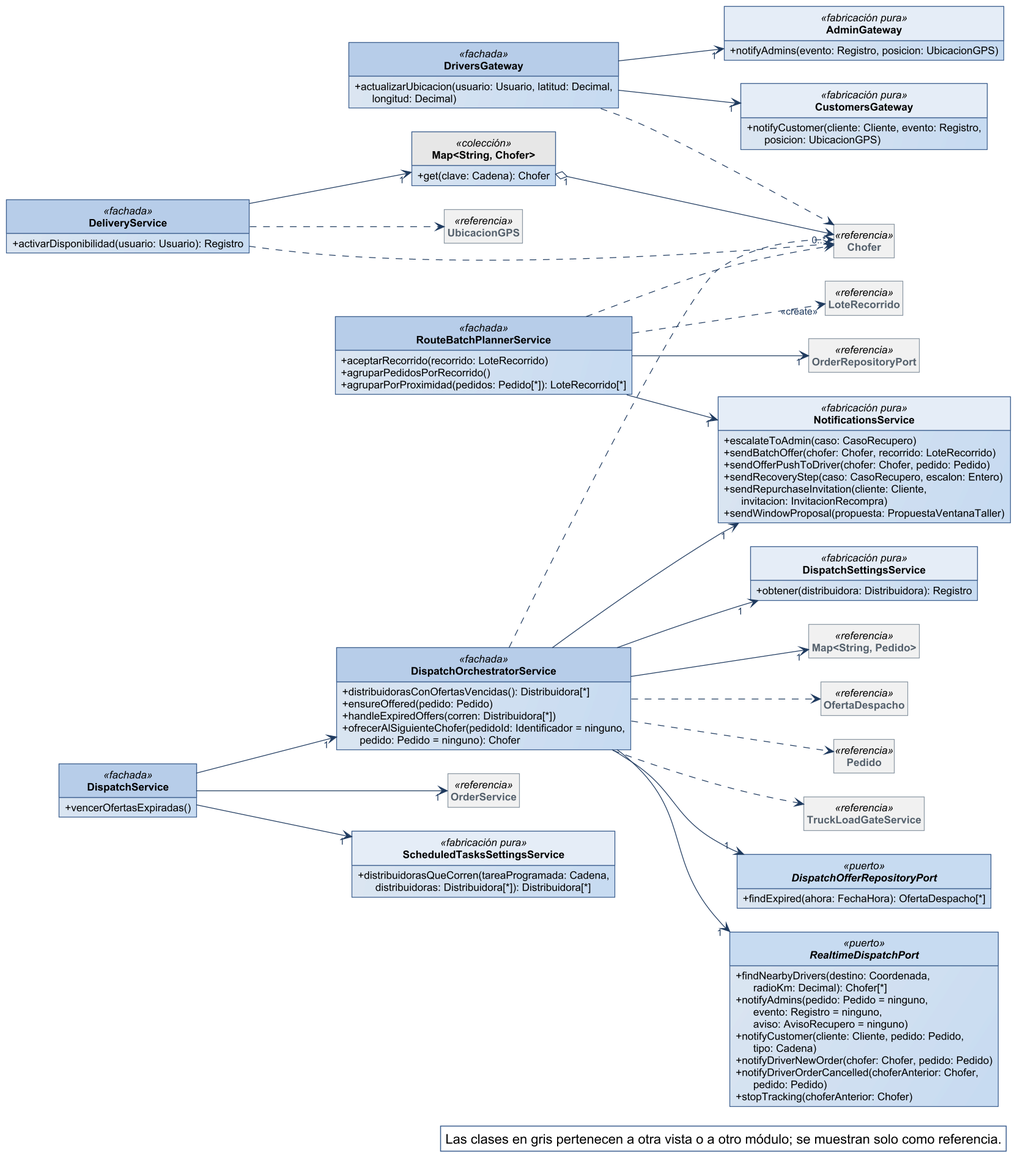
Nahuelito-Dev/splg-docs keeps this PlantUML diagram as diagramas/clases-diseno/DC_Mod_Despacho.png. Above is the earlier version.
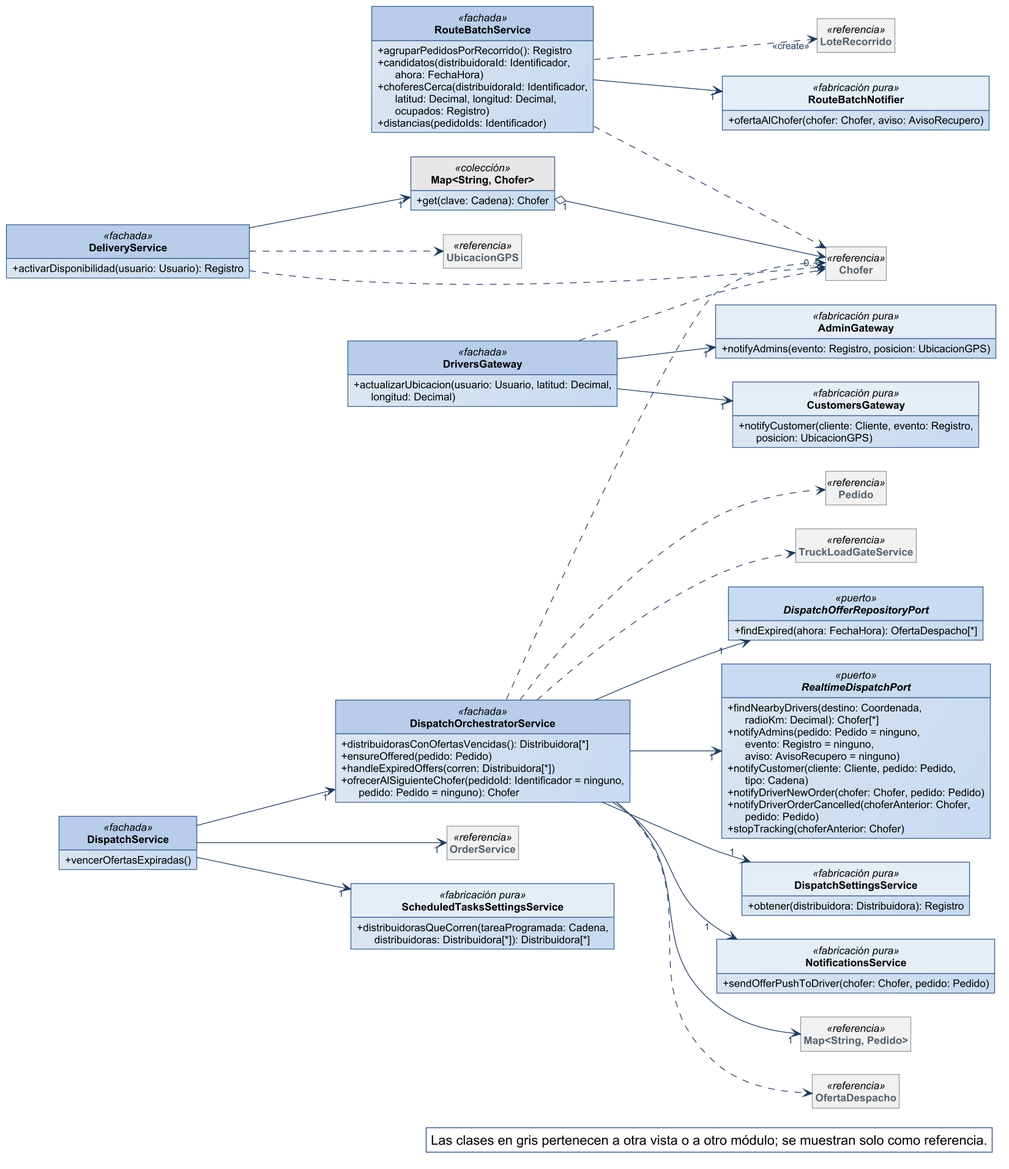
After the commit.

Diff of the diagram source:
```diff
@@ -50,10 +50,14 @@
   + notifyDriverOrderCancelled(choferAnterior: Chofer,\n      pedido: Pedido)
   + stopTracking(choferAnterior: Chofer)
 }
-class RouteBatchPlannerService <<fachada>> {
-  + aceptarRecorrido(recorrido: LoteRecorrido)
-  + agruparPedidosPorRecorrido()
-  + agruparPorProximidad(pedidos: Pedido[*]): LoteRecorrido[*]
+class RouteBatchService <<fachada>> {
+  + agruparPedidosPorRecorrido(): Registro
+  + candidatos(distribuidoraId: Identificador,\n      ahora: FechaHora)
+  + choferesCerca(distribuidoraId: Identificador,\n      latitud: Decimal, longitud: Decimal,\n      ocupados: Registro)
+  + distancias(pedidoIds: Identificador)
+}
+class RouteBatchNotifier <<fabricación pura>> {
+  + ofertaAlChofer(chofer: Chofer, aviso: AvisoRecupero)
 }
 class DispatchSettingsService <<fabricación pura>> {
   + obtener(distribuidora: Distribuidora): Registro
@@ -77,17 +81,11 @@
   + notifyAdmins(evento: Registro, posicion: UbicacionGPS)
 }
 class NotificationsService <<fabricación pura>> {
-  + escalateToAdmin(caso: CasoRecupero)
-  + sendBatchOffer(chofer: Chofer, recorrido: LoteRecorrido)
   + sendOfferPushToDriver(chofer: Chofer, pedido: Pedido)
-  + sendRecoveryStep(caso: CasoRecupero, escalon: Entero)
-  + sendRepurchaseInvitation(cliente: Cliente,\n      invitacion: InvitacionRecompra)
-  + sendWindowProposal(propuesta: PropuestaVentanaTaller)
 }
 class Chofer <<referencia>>
 class "Map<String, Pedido>" as Map_String_Pedido <<referencia>>
 class OrderService <<referencia>>
-class OrderRepositoryPort <<referencia>>
 class UbicacionGPS <<referencia>>
 class OfertaDespacho <<referencia>>
 class Pedido <<referencia>>
@@ -106,8 +104,7 @@
 DispatchService --> "1" ScheduledTasksSettingsService
 DriversGateway --> "1" AdminGateway
 DriversGateway --> "1" CustomersGateway
-RouteBatchPlannerService --> "1" NotificationsService
-RouteBatchPlannerService --> "1" OrderRepositoryPort
+RouteBatchService --> "1" RouteBatchNotifier
 DeliveryService ..> Chofer
 DeliveryService ..> UbicacionGPS
 DispatchOrchestratorService ..> Chofer
@@ -115,8 +112,8 @@
 DispatchOrchestratorService ..> Pedido
 DispatchOrchestratorService ..> TruckLoadGateService
 DriversGateway ..> Chofer
-RouteBatchPlannerService ..> Chofer
-RouteBatchPlannerService ..> "<<create>>" LoteRecorrido
+RouteBatchService ..> Chofer
+RouteBatchService ..> "<<create>>" LoteRecorrido
 
 legend bottom right
   Las clases en gris pertenecen a otra vista o a otro módulo; se muestran solo como referencia.
```
